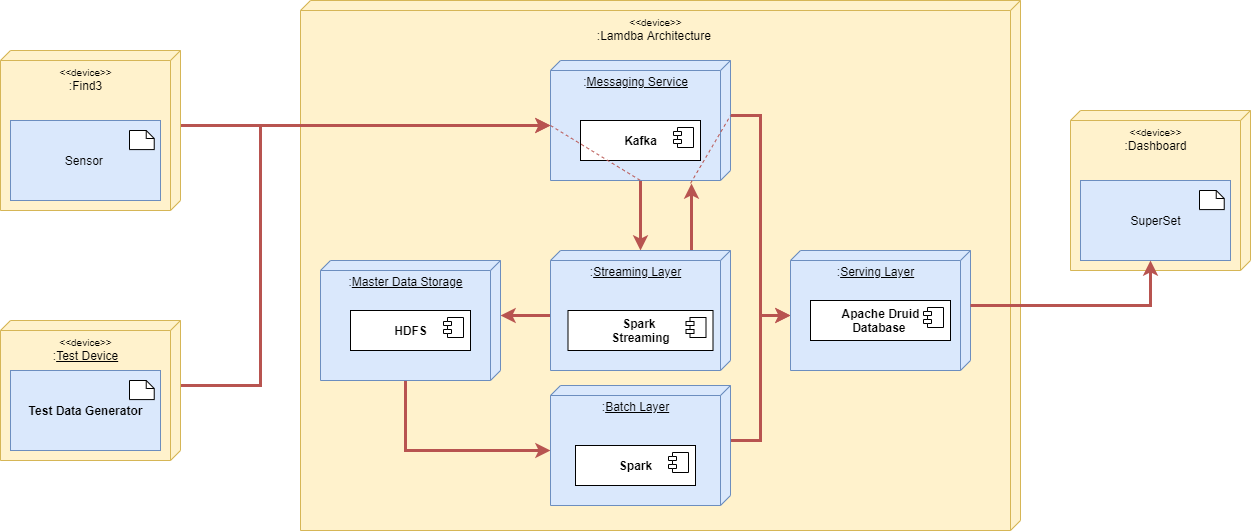
Akardian/lambda-architecture-for-distributed-mobile-sensor keeps this draw.io diagram as images/2-1TechnicalContext.png. Above is the earlier version. Source tidied: cells renumbered, new cells last; positions are measured from the earlier drawing's top-left corner, leaving out a move shared by most shapes.
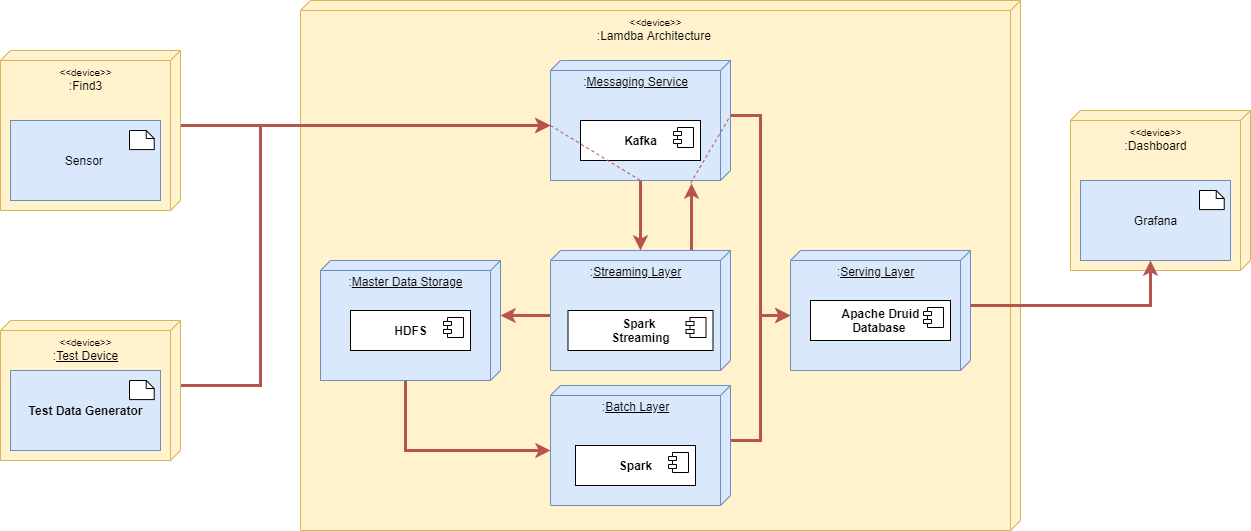
The same diagram one commit later.

Change to the diagram source:
```diff
@@ -124,7 +124,7 @@
     <mxCell id="35" value="&lt;font style=&quot;font-size: 10px&quot;&gt;&amp;lt;&amp;lt;device&amp;gt;&amp;gt;&lt;/font&gt;&lt;br&gt;:Dashboard" style="verticalAlign=top;align=center;spacingTop=8;spacingLeft=2;spacingRight=12;shape=cube;size=10;direction=south;fontStyle=0;html=1;fillColor=#fff2cc;strokeColor=#d6b656;" parent="1" vertex="1">
       <mxGeometry x="1070" y="110" width="180" height="160" as="geometry" />
     </mxCell>
-    <mxCell id="36" value="SuperSet" style="html=1;fillColor=#dae8fc;strokeColor=#6c8ebf;" parent="1" vertex="1">
+    <mxCell id="36" value="Grafana" style="html=1;fillColor=#dae8fc;strokeColor=#6c8ebf;" parent="1" vertex="1">
       <mxGeometry x="1080" y="180" width="150" height="80" as="geometry" />
     </mxCell>
     <mxCell id="37" style="shape=note;whiteSpace=wrap;html=1;size=8;verticalAlign=top;align=left;spacingTop=-6;fillColor=#FFFFFF;" parent="1" vertex="1">
```
